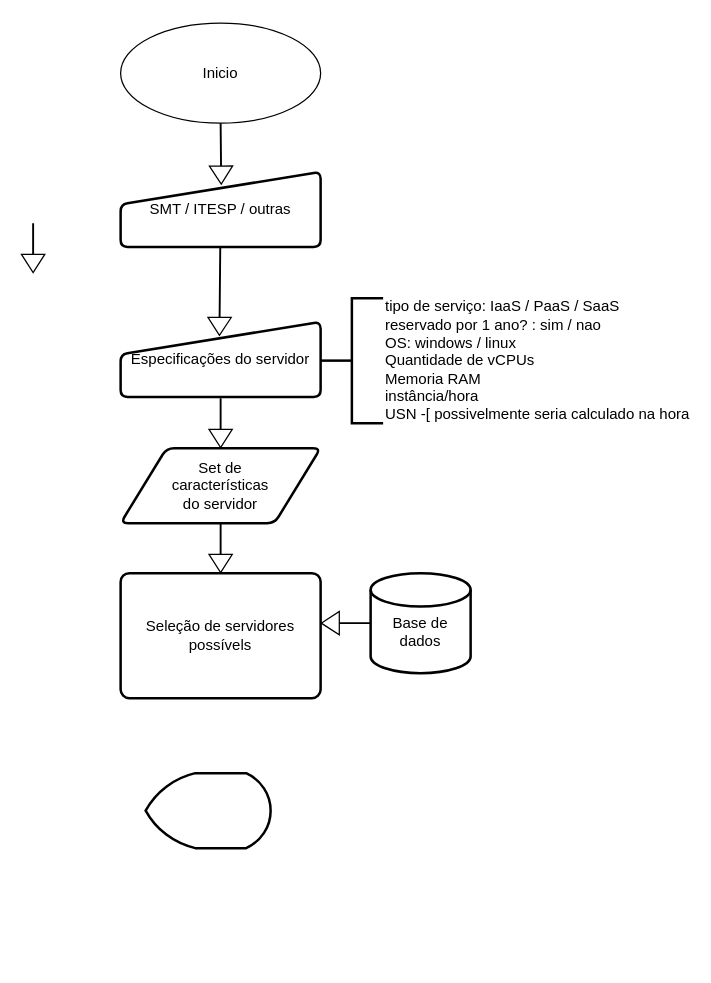
PedroManse/SMTCAT keeps this draw.io diagram as Untitled Diagram.drawio. Above is the earlier version. Source tidied: cells renumbered, new cells numbered last; positions are measured from the earlier drawing's top-left corner, leaving out a move shared by most shapes. Both pictures are drawn from the tidied source at 125%, with x=0, y=0 at pixel (32, 22).
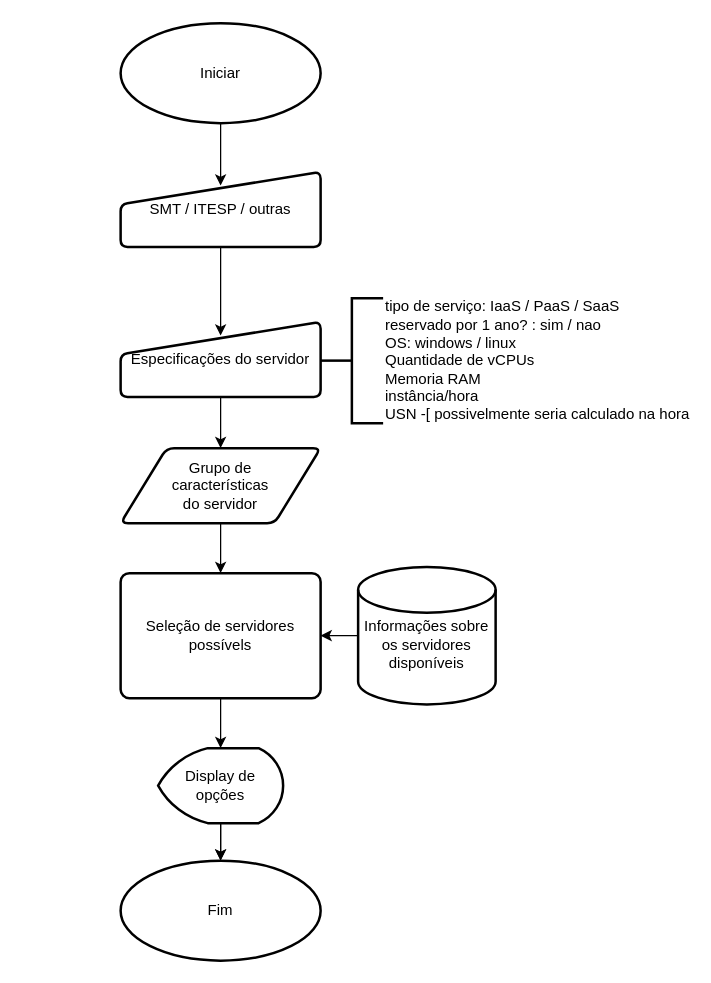
Above is the later version.

Commit message:
setas, display, fim

Unchanged cells that the change refers to:
```xml
<mxCell id="3" value="SMT / ITESP / outras" style="html=1;strokeWidth=2;shape=manualInput;whiteSpace=wrap;rounded=1;size=26;arcSize=11;" parent="1" vertex="1">
  <mxGeometry x="70" y="119" width="160" height="60" as="geometry" />
</mxCell>
<mxCell id="4" value="Especificações do servidor" style="html=1;strokeWidth=2;shape=manualInput;whiteSpace=wrap;rounded=1;size=26;arcSize=11;" parent="1" vertex="1">
  <mxGeometry x="70" y="239" width="160" height="60" as="geometry" />
</mxCell>
<mxCell id="13" value="Seleção de servidores possívels" style="rounded=1;whiteSpace=wrap;html=1;absoluteArcSize=1;arcSize=14;strokeWidth=2;" parent="1" vertex="1">
  <mxGeometry x="70" y="440" width="160" height="100" as="geometry" />
</mxCell>
```

The edit, as a diff of the source:
```diff
@@
-    <mxCell id="2" value="Inicio" style="ellipse;whiteSpace=wrap;html=1;" parent="1" vertex="1">
-      <mxGeometry x="70" width="160" height="80" as="geometry" />
-    </mxCell>
+    <mxCell id="7" style="edgeStyle=orthogonalEdgeStyle;rounded=0;jettySize=auto;html=1;entryX=0.5;entryY=0.183;entryDx=0;entryDy=0;entryPerimeter=0;" parent="1" edge="1" source="3" target="4">
+      <mxGeometry relative="1" as="geometry" />
+    </mxCell>
@@
+    <mxCell id="16" style="edgeStyle=orthogonalEdgeStyle;rounded=0;jettySize=auto;html=1;" parent="1" edge="1" source="4" target="10">
+      <mxGeometry relative="1" as="geometry" />
+    </mxCell>
@@
-    <mxCell id="6" style="shape=flexArrow;endArrow=classic;html=1;rounded=0;width=0.5263157894736842;endSize=4.478947368421053;endWidth=17.09141274238227;" parent="1" edge="1">
-      <mxGeometry relative="1" as="geometry">
-        <mxPoint y="160" as="sourcePoint" />
-        <mxPoint y="200" as="targetPoint" />
-      </mxGeometry>
-    </mxCell>
-    <mxCell id="7" style="shape=flexArrow;endArrow=classic;html=1;rounded=0;width=0.5263157894736842;endSize=4.478947368421053;endWidth=17.09141274238227;entryX=0.494;entryY=0.189;entryDx=0;entryDy=0;entryPerimeter=0;" parent="1" edge="1" source="3" target="4">
-      <mxGeometry relative="1" as="geometry" />
-    </mxCell>
-    <mxCell id="8" style="shape=flexArrow;endArrow=classic;html=1;rounded=0;width=0.5263157894736842;endSize=4.478947368421053;endWidth=17.09141274238227;entryX=0.503;entryY=0.171;entryDx=0;entryDy=0;entryPerimeter=0;" parent="1" edge="1" target="3">
-      <mxGeometry relative="1" as="geometry">
-        <mxPoint x="150" y="80" as="sourcePoint" />
-      </mxGeometry>
-    </mxCell>
+    <mxCell id="17" style="edgeStyle=orthogonalEdgeStyle;rounded=0;jettySize=auto;html=1;" parent="1" edge="1" source="9" target="13">
+      <mxGeometry relative="1" as="geometry" />
+    </mxCell>
-    <mxCell id="9" value="&lt;div&gt;&lt;br&gt;&lt;/div&gt;&lt;div&gt;Base de dados&lt;/div&gt;" style="strokeWidth=2;html=1;shape=mxgraph.flowchart.database;whiteSpace=wrap;" parent="1" vertex="1">
-      <mxGeometry x="270" y="440" width="80" height="80" as="geometry" />
+    <mxCell id="9" value="&lt;div&gt;&lt;br&gt;&lt;/div&gt;&lt;div&gt;Informações sobre os servidores disponíveis&lt;/div&gt;" style="strokeWidth=2;html=1;shape=mxgraph.flowchart.database;whiteSpace=wrap;" parent="1" vertex="1">
+      <mxGeometry x="260" y="435" width="110" height="110" as="geometry" />
     </mxCell>
+    <mxCell id="18" style="edgeStyle=orthogonalEdgeStyle;rounded=0;jettySize=auto;html=1;entryX=0.5;entryY=0;entryDx=0;entryDy=0;" parent="1" edge="1" source="10" target="13">
+      <mxGeometry relative="1" as="geometry" />
+    </mxCell>
-    <mxCell id="10" value="&lt;div&gt;Set de&lt;/div&gt;&lt;div&gt;características&lt;/div&gt;&lt;div&gt;do servidor&lt;/div&gt;" style="shape=parallelogram;html=1;strokeWidth=2;perimeter=parallelogramPerimeter;whiteSpace=wrap;rounded=1;arcSize=12;size=0.23;" parent="1" vertex="1">
+    <mxCell id="10" value="&lt;div&gt;Grupo de&lt;/div&gt;&lt;div&gt;características&lt;/div&gt;&lt;div&gt;do servidor&lt;/div&gt;" style="shape=parallelogram;html=1;strokeWidth=2;perimeter=parallelogramPerimeter;whiteSpace=wrap;rounded=1;arcSize=12;size=0.23;" parent="1" vertex="1">
       <mxGeometry x="70" y="340" width="160" height="60" as="geometry" />
     </mxCell>
-    <mxCell id="11" style="shape=flexArrow;endArrow=classic;html=1;rounded=0;width=0.5263157894736842;endSize=4.478947368421053;endWidth=17.09141274238227;" parent="1" edge="1">
-      <mxGeometry relative="1" as="geometry">
-        <mxPoint x="150" y="300" as="sourcePoint" />
-        <mxPoint x="150" y="340" as="targetPoint" />
-      </mxGeometry>
-    </mxCell>
+    <mxCell id="19" style="edgeStyle=orthogonalEdgeStyle;rounded=0;jettySize=auto;html=1;" parent="1" edge="1" source="12" target="24">
+      <mxGeometry relative="1" as="geometry" />
+    </mxCell>
+    <mxCell id="20" style="edgeStyle=orthogonalEdgeStyle;rounded=0;jettySize=auto;html=1;" parent="1" edge="1" source="12" target="24">
+      <mxGeometry relative="1" as="geometry" />
+    </mxCell>
-    <mxCell id="12" style="strokeWidth=2;html=1;shape=mxgraph.flowchart.display;whiteSpace=wrap;" parent="1" vertex="1">
-      <mxGeometry x="90" y="600" width="100" height="60" as="geometry" />
+    <mxCell id="12" value="&lt;div&gt;Display de&lt;br&gt;&lt;/div&gt;&lt;div&gt;opções&lt;/div&gt;" style="strokeWidth=2;html=1;shape=mxgraph.flowchart.display;whiteSpace=wrap;" parent="1" vertex="1">
+      <mxGeometry x="100" y="580" width="100" height="60" as="geometry" />
     </mxCell>
+    <mxCell id="21" style="edgeStyle=orthogonalEdgeStyle;rounded=0;jettySize=auto;html=1;" parent="1" edge="1" source="13" target="12">
+      <mxGeometry relative="1" as="geometry" />
+    </mxCell>
@@
-    <mxCell id="14" style="shape=flexArrow;endArrow=classic;html=1;rounded=0;width=0.5263157894736842;endSize=4.478947368421053;endWidth=17.09141274238227;" parent="1" edge="1">
-      <mxGeometry relative="1" as="geometry">
-        <mxPoint x="150" y="400" as="sourcePoint" />
-        <mxPoint x="150" y="440" as="targetPoint" />
-      </mxGeometry>
-    </mxCell>
-    <mxCell id="15" style="shape=flexArrow;endArrow=classic;html=1;rounded=0;width=0.5263157894736842;endSize=4.478947368421053;endWidth=17.09141274238227;exitX=0;exitY=0.5;exitDx=0;exitDy=0;exitPerimeter=0;" parent="1" edge="1" source="9">
-      <mxGeometry relative="1" as="geometry">
-        <mxPoint x="230" y="480" as="targetPoint" />
-      </mxGeometry>
-    </mxCell>
+    <mxCell id="22" style="edgeStyle=orthogonalEdgeStyle;rounded=0;jettySize=auto;html=1;exitX=0.5;exitY=1;exitDx=0;exitDy=0;exitPerimeter=0;entryX=0.5;entryY=0.183;entryDx=0;entryDy=0;entryPerimeter=0;" parent="1" edge="1" source="23" target="3">
+      <mxGeometry relative="1" as="geometry" />
+    </mxCell>
+    <mxCell id="23" value="Iniciar" style="strokeWidth=2;html=1;shape=mxgraph.flowchart.start_1;whiteSpace=wrap;" parent="1" vertex="1">
+      <mxGeometry x="70" width="160" height="80" as="geometry" />
+    </mxCell>
+    <mxCell id="24" value="&lt;div&gt;Fim&lt;/div&gt;" style="strokeWidth=2;html=1;shape=mxgraph.flowchart.start_1;whiteSpace=wrap;" parent="1" vertex="1">
+      <mxGeometry x="70" y="670" width="160" height="80" as="geometry" />
+    </mxCell>
```
